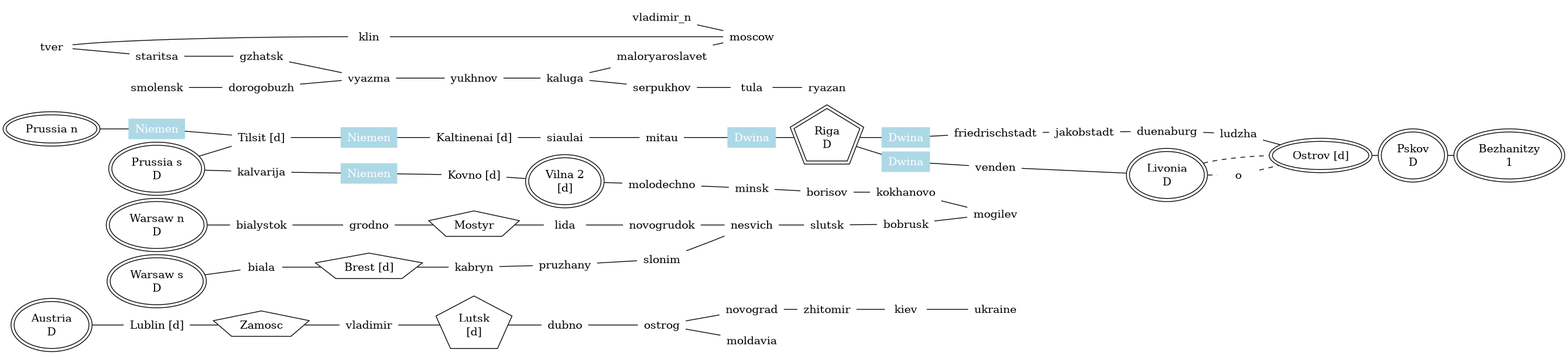
The Graphviz diagram map.png in jmettraux/dot1812, before a commit. Its source is kept beside it as map.dot. Source of this version:
```dot

strict graph {

  rankdir="LR";
  ordering="in";
  ranksep=0.05; // The rank separation, in inches. Default is 0.5.
  nodesep=0.05; // The node separation, in inches. Default is 0.25.

  node [shape=none];

  ostrog -- novograd -- zhitomir -- kiev -- ukraine;
  austria -- lublin -- zamosc -- vladimir -- lutsk -- dubno -- ostrog
    -- moldavia;
  warsaw_n -- bialystok -- grodno -- mostyr -- lida -- novogrudok -- nesvich
    -- slutsk -- bobrusk;
  warsaw_s -- biala -- brest -- kabryn -- pruzhany -- slonim -- nesvich;

  subgraph dwina_bridges {
    node [
      label="Dwina", shape=box, width=.8, height=.2,
      color=lightblue, fillcolor=lightblue, fontcolor=white, style=filled];
    d0; d1; d3;
  }

  subgraph niemen_bridges {
    node [
      label="Niemen", shape=box, width=.8, height=.2,
      color=lightblue, fillcolor=lightblue, fontcolor=white, style=filled];
    n0; n1; n2;
  }

  prussia_n -- n0 -- tilsit -- n1 -- kaltinenai -- siaulai -- mitau;
  prussia_s -- tilsit;
  vladimir_n -- moscow;
  tver -- klin -- moscow;
  tver -- staritsa -- gzhatsk -- vyazma;
  kaluga -- serpukhov -- tula -- ryazan;
  smolensk -- dorogobuzh -- vyazma -- yukhnov -- kaluga -- maloryaroslavet
    -- moscow;
  prussia_s -- kalvarija -- n2 -- kovno -- vilna -- molodechno -- minsk
    -- borisov -- kokhanovo -- mogilev;

  riga -- d1 -- friedrischstadt -- jakobstadt -- duenaburg -- ludzha -- ostrov;
  riga -- d0 -- venden -- livonia;
  mitau -- d3 -- riga;


  ostrov -- pskov -- bezhanitzy;
  bobrusk -- mogilev;

  subgraph tracks {
    edge [style=dashed];
    livonia -- ostrov;
    livonia -- livonia_e -- ostrov;
  }

  riga [label="Riga\nD", shape=pentagon, peripheries=2];
  kaltinenai [label="Kaltinenai [d]"];
  prussia_n [label="Prussia n", shape=oval, peripheries=2];
  prussia_s [label="Prussia s\nD", shape=oval, peripheries=2];
  tilsit [label="Tilsit [d]"];
  warsaw_n [label="Warsaw n\nD", shape=oval, peripheries=2];
  warsaw_s [label="Warsaw s\nD", shape=oval, peripheries=2];
  brest [label="Brest [d]", shape=pentagon];
  kovno [label="Kovno [d]"];
  lublin [label="Lublin [d]"];
  austria [label="Austria\nD", shape=oval, peripheries=2];
  mostyr [label="Mostyr", shape=pentagon];
  zamosc [label="Zamosc", shape=pentagon];
  lutsk [label="Lutsk\n[d]", shape=pentagon];
  livonia [label="Livonia\nD", shape=oval, peripheries=2];
  ostrov [label="Ostrov [d]", shape=oval, peripheries=2];
  pskov [label="Pskov\nD", shape=oval, peripheries=2];
  bezhanitzy [label="Bezhanitzy\n1", shape=oval, peripheries=2];
  livonia_e [label="o"];
  vilna [label="Vilna 2\n[d]", shape=oval, peripheries=2];
}
```
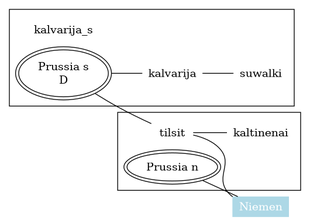
Later version of the same file.

Commit message:
Go with subgraph clusters

Diff of the diagram source:
```diff
@@ -8,70 +8,38 @@
 
   node [shape=none];
 
-  ostrog -- novograd -- zhitomir -- kiev -- ukraine;
-  austria -- lublin -- zamosc -- vladimir -- lutsk -- dubno -- ostrog
-    -- moldavia;
-  warsaw_n -- bialystok -- grodno -- mostyr -- lida -- novogrudok -- nesvich
-    -- slutsk -- bobrusk;
-  warsaw_s -- biala -- brest -- kabryn -- pruzhany -- slonim -- nesvich;
-
-  subgraph dwina_bridges {
-    node [
-      label="Dwina", shape=box, width=.8, height=.2,
-      color=lightblue, fillcolor=lightblue, fontcolor=white, style=filled];
-    d0; d1; d3;
+  subgraph cluster_a2 {
+    prussia_n;
+    kaltinenai;
+    tilsit;
+  }
+  subgraph cluster_a3 {
+    prussia_s;
+    kalvarija;
+    suwalki;
+    kalvarija_s;
   }
 
   subgraph niemen_bridges {
     node [
       label="Niemen", shape=box, width=.8, height=.2,
       color=lightblue, fillcolor=lightblue, fontcolor=white, style=filled];
-    n0; n1; n2;
+    n0; //n1; n2;
   }
 
-  prussia_n -- n0 -- tilsit -- n1 -- kaltinenai -- siaulai -- mitau;
-  prussia_s -- tilsit;
-  vladimir_n -- moscow;
-  tver -- klin -- moscow;
-  tver -- staritsa -- gzhatsk -- vyazma;
-  kaluga -- serpukhov -- tula -- ryazan;
-  smolensk -- dorogobuzh -- vyazma -- yukhnov -- kaluga -- maloryaroslavet
-    -- moscow;
-  prussia_s -- kalvarija -- n2 -- kovno -- vilna -- molodechno -- minsk
-    -- borisov -- kokhanovo -- mogilev;
-
-  riga -- d1 -- friedrischstadt -- jakobstadt -- duenaburg -- ludzha -- ostrov;
-  riga -- d0 -- venden -- livonia;
-  mitau -- d3 -- riga;
+  subgraph prussia_highways {
+    prussia_n -- n0 -- tilsit;
+    prussia_s -- tilsit -- kaltinenai;
+    prussia_s -- kalvarija -- suwalki;
+  }
 
 
-  ostrov -- pskov -- bezhanitzy;
-  bobrusk -- mogilev;
 
-  subgraph tracks {
-    edge [style=dashed];
-    livonia -- ostrov;
-    livonia -- livonia_e -- ostrov;
-  }
 
-  riga [label="Riga\nD", shape=pentagon, peripheries=2];
-  kaltinenai [label="Kaltinenai [d]"];
+
+
+
+
   prussia_n [label="Prussia n", shape=oval, peripheries=2];
   prussia_s [label="Prussia s\nD", shape=oval, peripheries=2];
-  tilsit [label="Tilsit [d]"];
-  warsaw_n [label="Warsaw n\nD", shape=oval, peripheries=2];
-  warsaw_s [label="Warsaw s\nD", shape=oval, peripheries=2];
-  brest [label="Brest [d]", shape=pentagon];
-  kovno [label="Kovno [d]"];
-  lublin [label="Lublin [d]"];
-  austria [label="Austria\nD", shape=oval, peripheries=2];
-  mostyr [label="Mostyr", shape=pentagon];
-  zamosc [label="Zamosc", shape=pentagon];
-  lutsk [label="Lutsk\n[d]", shape=pentagon];
-  livonia [label="Livonia\nD", shape=oval, peripheries=2];
-  ostrov [label="Ostrov [d]", shape=oval, peripheries=2];
-  pskov [label="Pskov\nD", shape=oval, peripheries=2];
-  bezhanitzy [label="Bezhanitzy\n1", shape=oval, peripheries=2];
-  livonia_e [label="o"];
-  vilna [label="Vilna 2\n[d]", shape=oval, peripheries=2];
 }
```
